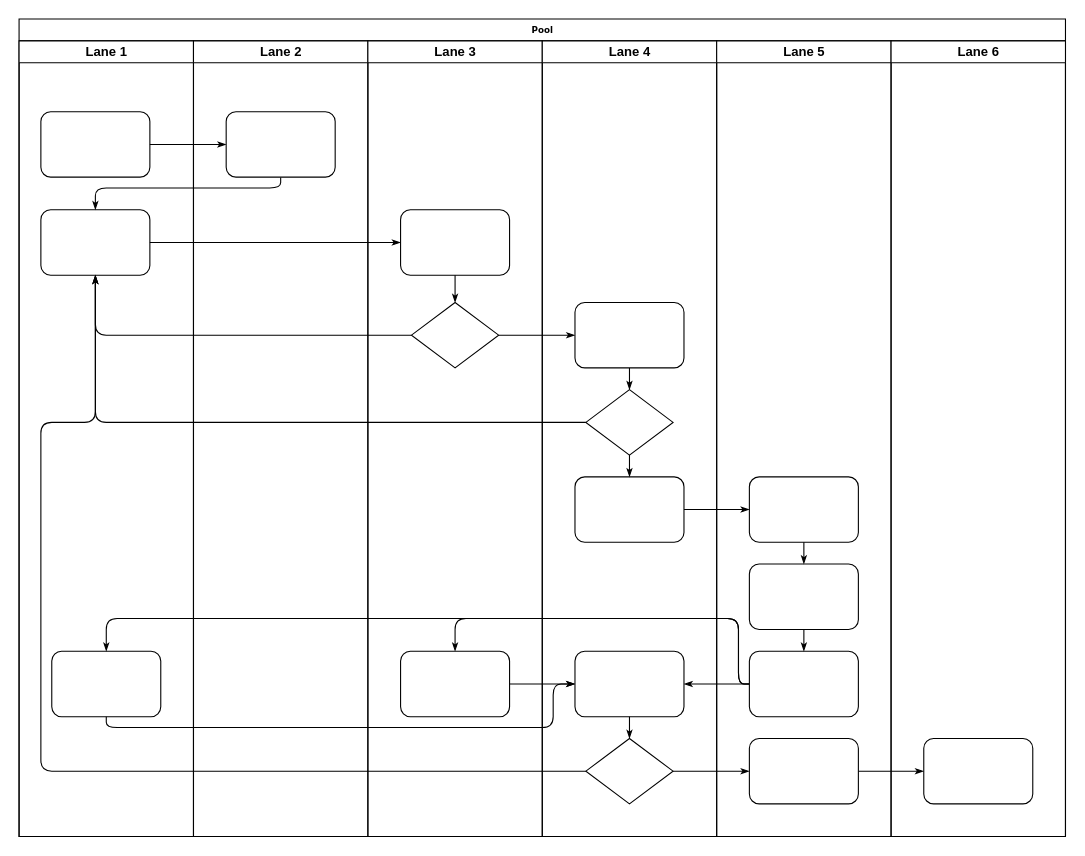
scsankey/mHealth keeps this draw.io diagram as Untitled Diagram.drawio. Above is the earlier version. Source tidied: cells renumbered, new cells numbered last; positions are measured from the earlier drawing's top-left corner, leaving out a move shared by most shapes. Both pictures are drawn from the tidied source at 109%, with x=0, y=0 at pixel (19, 19).
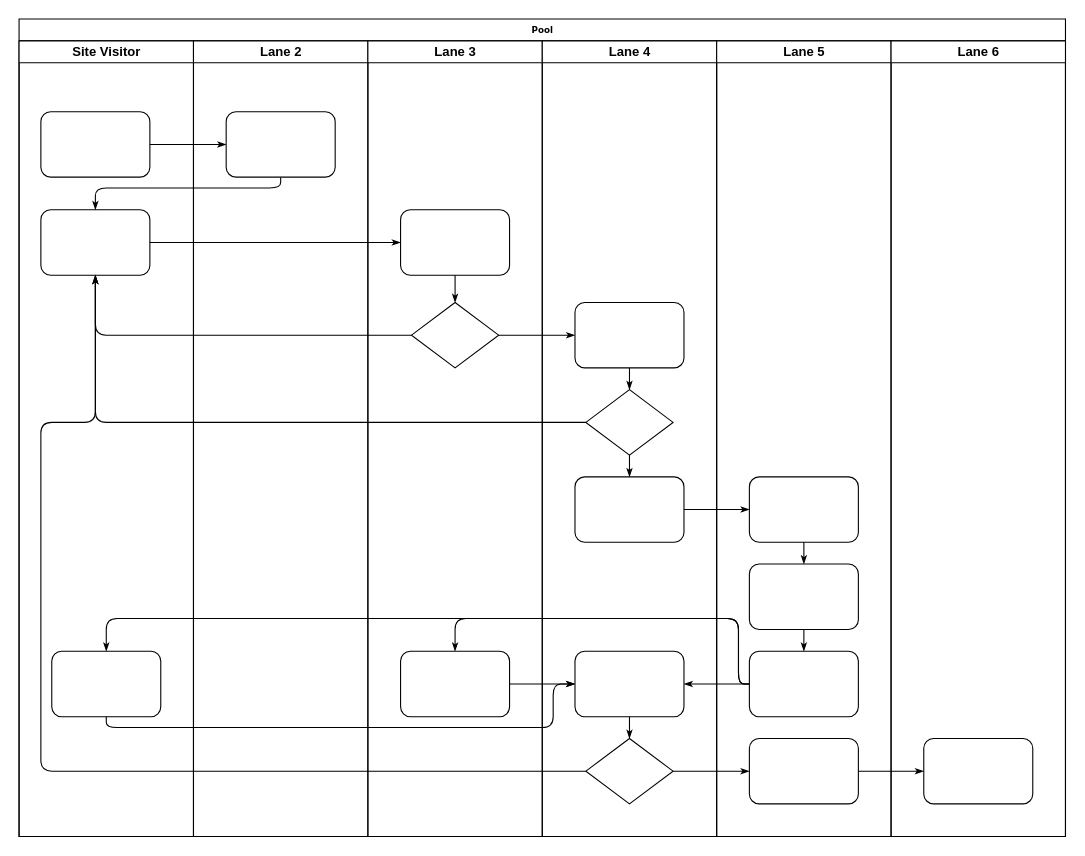
The same page after the edit.

Commit message:
Platform SMS Notification

Unchanged cells that the change refers to:
```xml
<mxCell id="2" value="Pool" style="swimlane;html=1;startSize=20;rounded=0;shadow=0;labelBackgroundColor=none;strokeWidth=1;fontFamily=Verdana;fontSize=8;align=center;" parent="1" vertex="1">
  <mxGeometry width="960" height="750" as="geometry" />
</mxCell>
```

What changed in the source:
```diff
@@
-    <mxCell id="3" value="Lane 1" style="swimlane;html=1;startSize=20;" parent="2" vertex="1">
+    <mxCell id="3" value="Site Visitor" style="swimlane;html=1;startSize=20;" parent="2" vertex="1">
       <mxGeometry y="20" width="160" height="730" as="geometry" />
     </mxCell>
```
